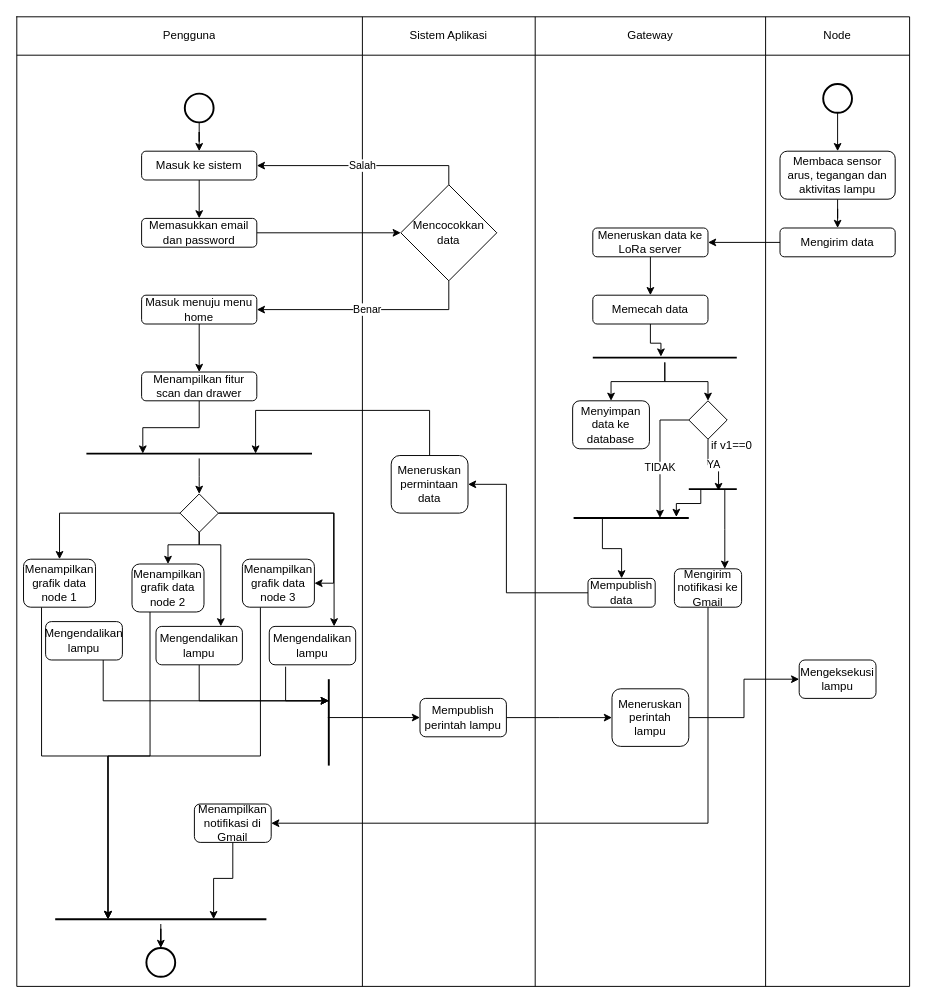
Above: page "activity diagram" (5 of 9) of Untitled Diagram.drawio in titisnadela/MyPanel (draw.io), before the change. Source tidied: cells renumbered, new cells numbered last; positions are measured from the earlier drawing's top-left corner, leaving out a move shared by most shapes. Both pictures are drawn from the tidied source at 96%, with x=0, y=0 at pixel (16, 16).
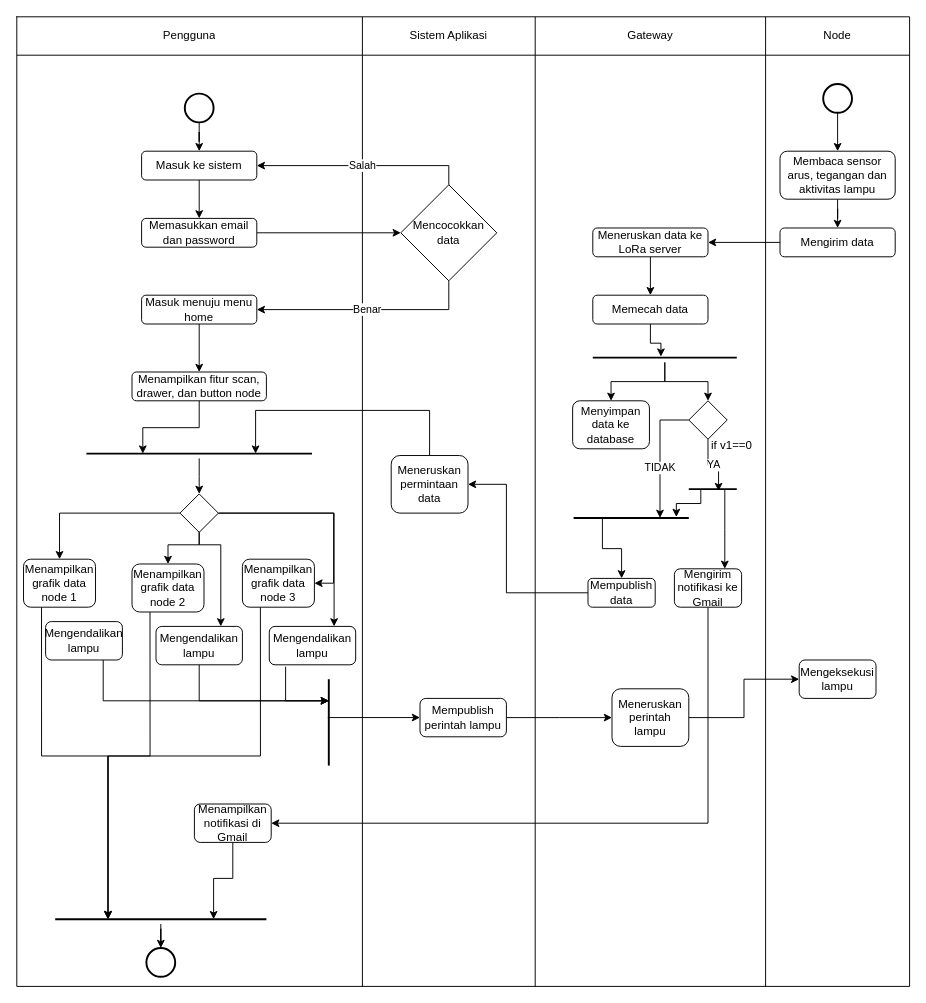
Above is the later version.

What changed in the source:
```diff
@@
-    <mxCell id="25" value="Menampilkan fitur scan dan drawer" style="rounded=1;whiteSpace=wrap;html=1;" parent="1" vertex="1">
-      <mxGeometry x="130" y="370" width="120" height="30" as="geometry" />
+    <mxCell id="25" value="Menampilkan fitur scan, drawer, dan button node" style="rounded=1;whiteSpace=wrap;html=1;" parent="1" vertex="1">
+      <mxGeometry x="120" y="370" width="140" height="30" as="geometry" />
     </mxCell>
```
